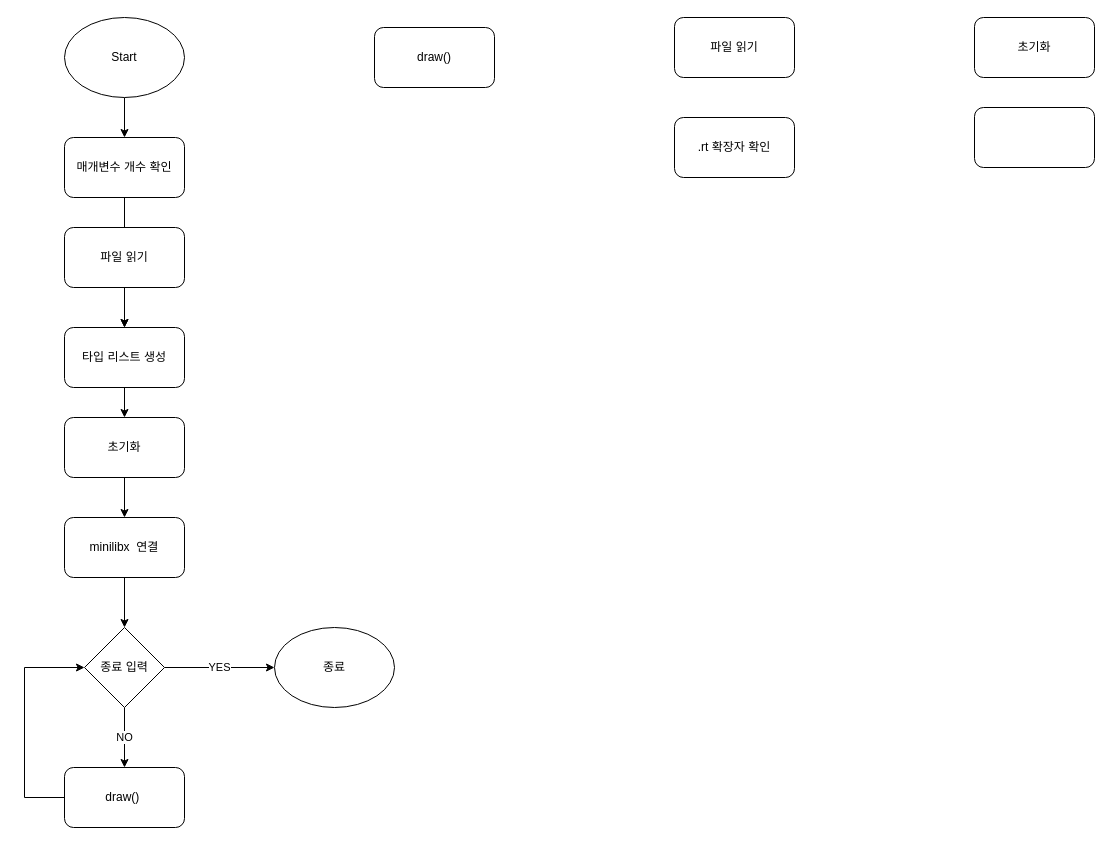
Above: Untitled Diagram.drawio in pdh9311/miniRT (draw.io), before the change. Source tidied: cells renumbered, new cells numbered last; positions are measured from the earlier drawing's top-left corner, leaving out a move shared by most shapes. Both pictures are drawn from the tidied source at 100%, with x=0, y=0 at pixel (24, 17).
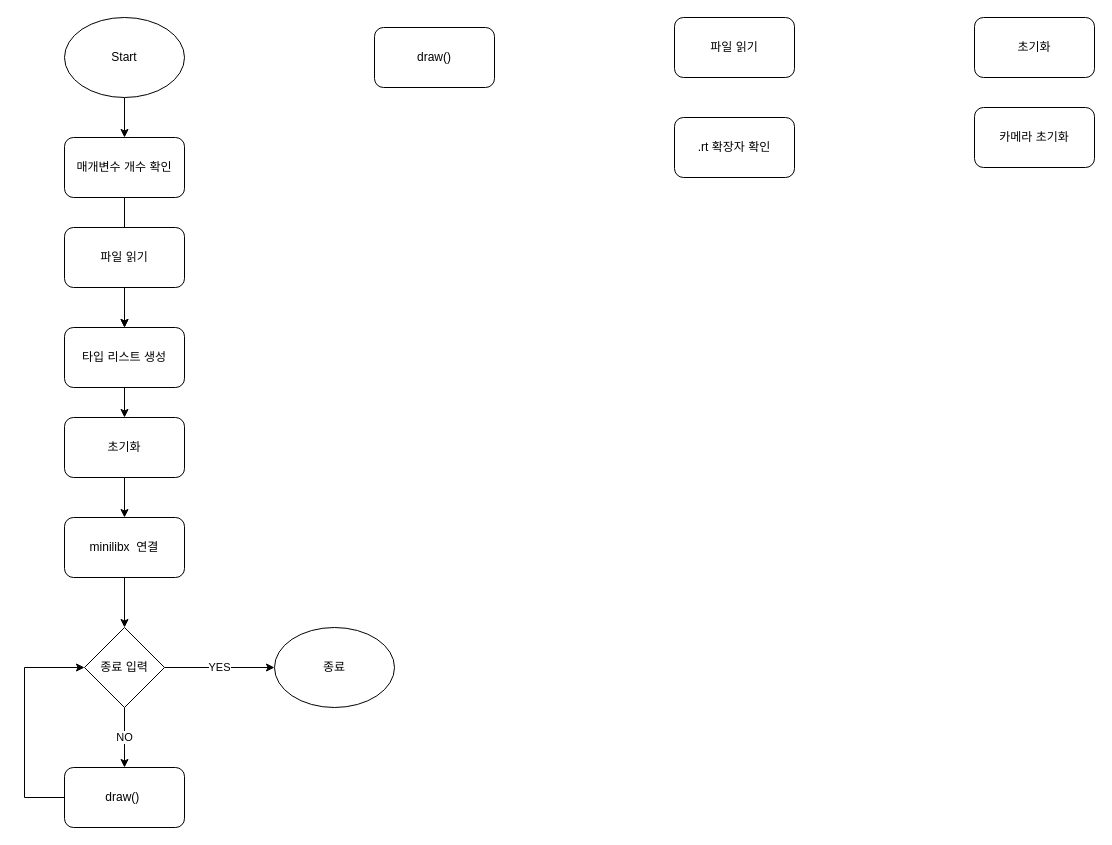
Above is the later version.

The edit, as a diff of the source:
```diff
@@
-    <mxCell id="15" style="rounded=1;whiteSpace=wrap;html=1;" parent="1" vertex="1">
+    <mxCell id="15" value="카메라 초기화" style="rounded=1;whiteSpace=wrap;html=1;" parent="1" vertex="1">
       <mxGeometry x="950" y="90" width="120" height="60" as="geometry" />
     </mxCell>
```
